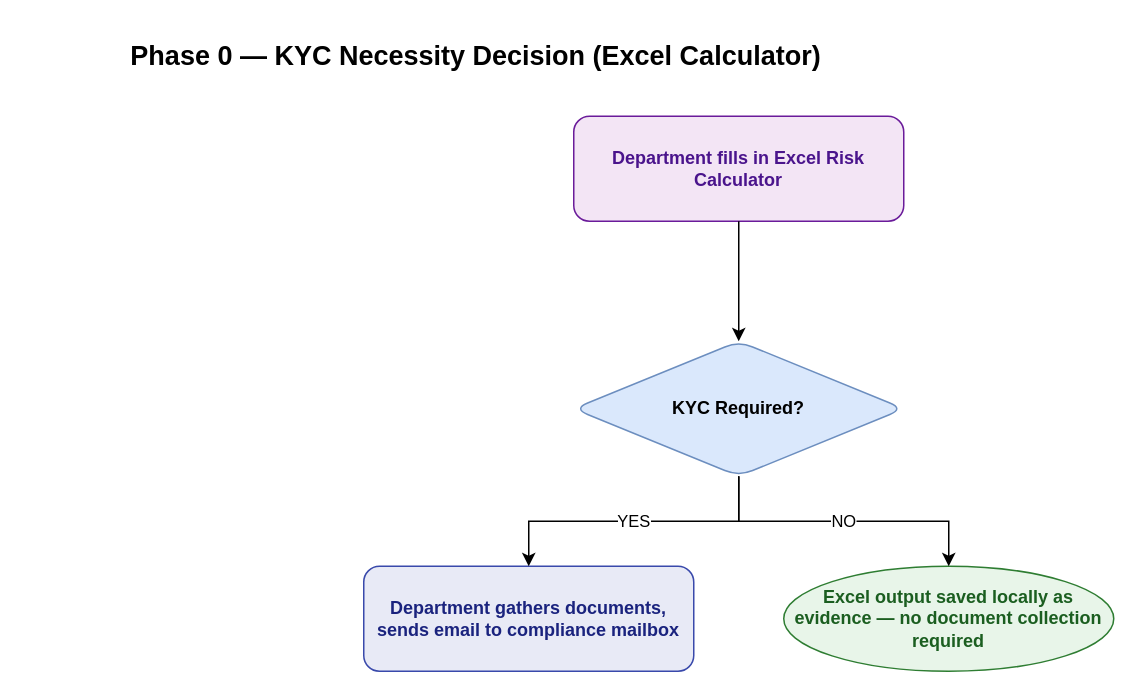
Above: page "Phase 0 Decision" (3 of 8) of docs/diagrams/drawio/asis-process.drawio in mazharr-hussain/KycReport (draw.io), before the change. Source tidied: cells renumbered, new cells numbered last; positions are measured from the earlier drawing's top-left corner, leaving out a move shared by most shapes. Both pictures are drawn from the tidied source at 150%, with x=0, y=0 at pixel (26, 26).
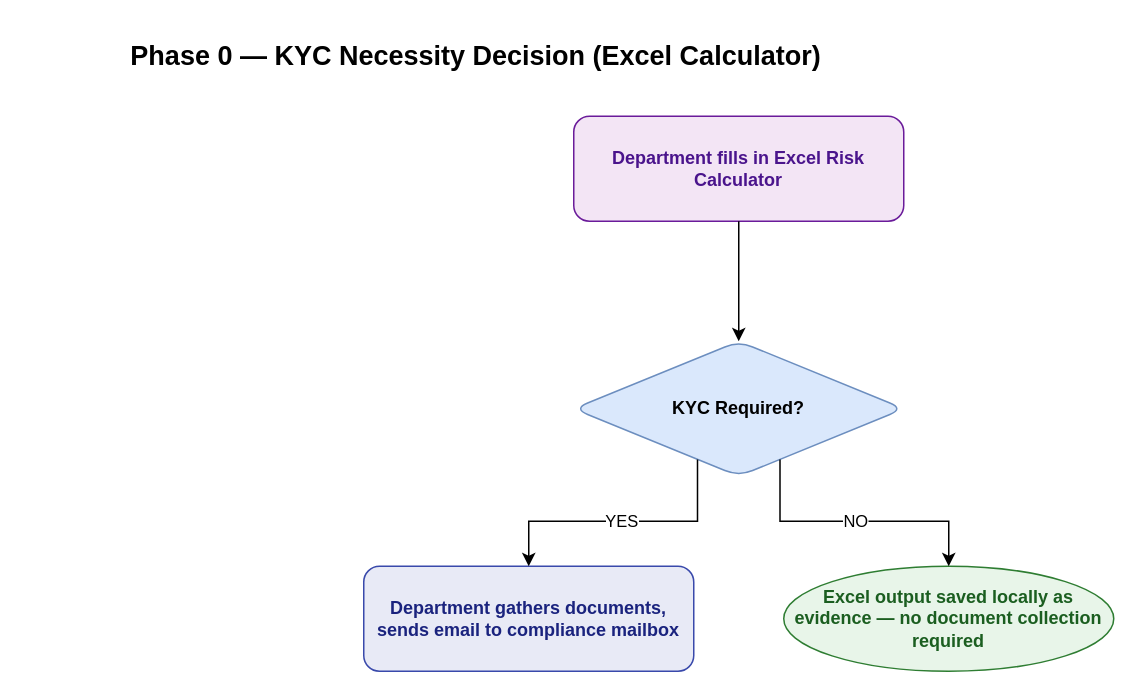
The same diagram, later.

The edit, as a diff of the source:
```diff
@@
 <mxGraphModel>
   <root>
     <mxCell id="0" />
     <mxCell id="1" parent="0" />
     <mxCell id="2" value="Phase 0 — KYC Necessity Decision (Excel Calculator)" style="text;html=1;strokeColor=none;fillColor=none;align=center;verticalAlign=middle;whiteSpace=wrap;rounded=0;fontSize=18;fontStyle=1;" parent="1" vertex="1">
       <mxGeometry width="600" height="40" as="geometry" />
     </mxCell>
     <mxCell id="3" value="Department fills in Excel Risk Calculator" style="rect;whiteSpace=wrap;html=1;fillColor=#F3E5F5;strokeColor=#6A1B9A;fontColor=#4A148C;fontSize=12;fontStyle=1;rounded=1;" parent="1" vertex="1">
       <mxGeometry x="365" y="60" width="220" height="70" as="geometry" />
     </mxCell>
     <mxCell id="4" value="KYC Required?" style="rhombus;whiteSpace=wrap;html=1;fillColor=#dae8fc;strokeColor=#6c8ebf;fontColor=#000000;fontSize=12;fontStyle=1;rounded=1;" parent="1" vertex="1">
       <mxGeometry x="365" y="210" width="220" height="90" as="geometry" />
     </mxCell>
     <mxCell id="5" value="Department gathers documents, sends email to compliance mailbox" style="rect;whiteSpace=wrap;html=1;fillColor=#E8EAF6;strokeColor=#3949AB;fontColor=#1A237E;fontSize=12;fontStyle=1;rounded=1;" parent="1" vertex="1">
       <mxGeometry x="225" y="360" width="220" height="70" as="geometry" />
     </mxCell>
     <mxCell id="6" value="Excel output saved locally as evidence — no document collection required" style="ellipse;whiteSpace=wrap;html=1;fillColor=#E8F5E9;strokeColor=#2E7D32;fontColor=#1B5E20;fontSize=12;fontStyle=1;rounded=1;" parent="1" vertex="1">
       <mxGeometry x="505" y="360" width="220" height="70" as="geometry" />
     </mxCell>
     <mxCell id="7" style="edgeStyle=orthogonalEdgeStyle;rounded=0;html=1;fontSize=11;" parent="1" edge="1" source="3" target="4">
       <mxGeometry relative="1" as="geometry" />
     </mxCell>
-    <mxCell id="8" value="YES" style="edgeStyle=orthogonalEdgeStyle;rounded=0;html=1;fontSize=11;" parent="1" edge="1" source="4" target="5">
+    <mxCell id="8" value="YES" style="edgeStyle=orthogonalEdgeStyle;rounded=0;html=1;fontSize=11;exitX=0.3333333333333333;exitY=1.0;entryX=0.5;entryY=0.0;" parent="1" edge="1" source="4" target="5">
       <mxGeometry relative="1" as="geometry" />
     </mxCell>
-    <mxCell id="9" value="NO" style="edgeStyle=orthogonalEdgeStyle;rounded=0;html=1;fontSize=11;" parent="1" edge="1" source="4" target="6">
+    <mxCell id="9" value="NO" style="edgeStyle=orthogonalEdgeStyle;rounded=0;html=1;fontSize=11;exitX=0.6666666666666666;exitY=1.0;entryX=0.5;entryY=0.0;" parent="1" edge="1" source="4" target="6">
       <mxGeometry relative="1" as="geometry" />
     </mxCell>
   </root>
 </mxGraphModel>
```
